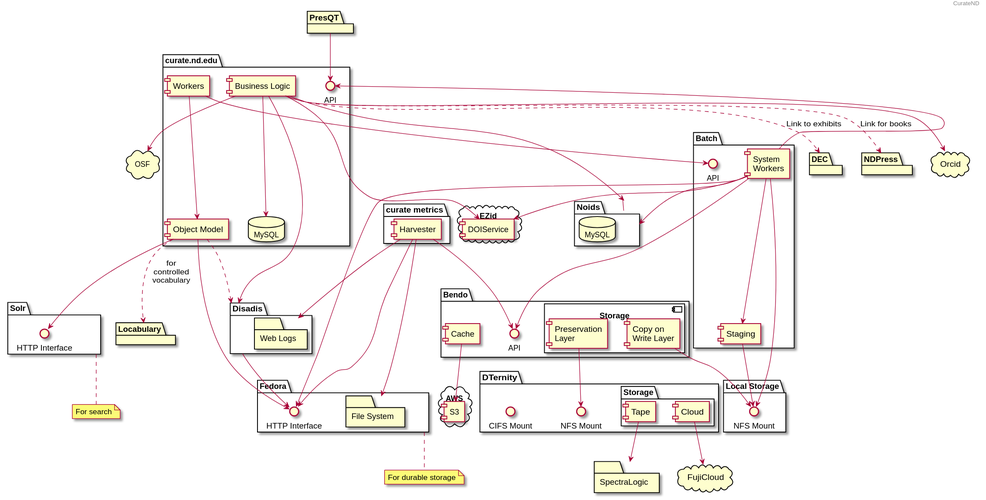
Before: plantuml/curate_nd.svg, a diagram exported from PlantUML (ndlib/dam-ecosystem-mapping).
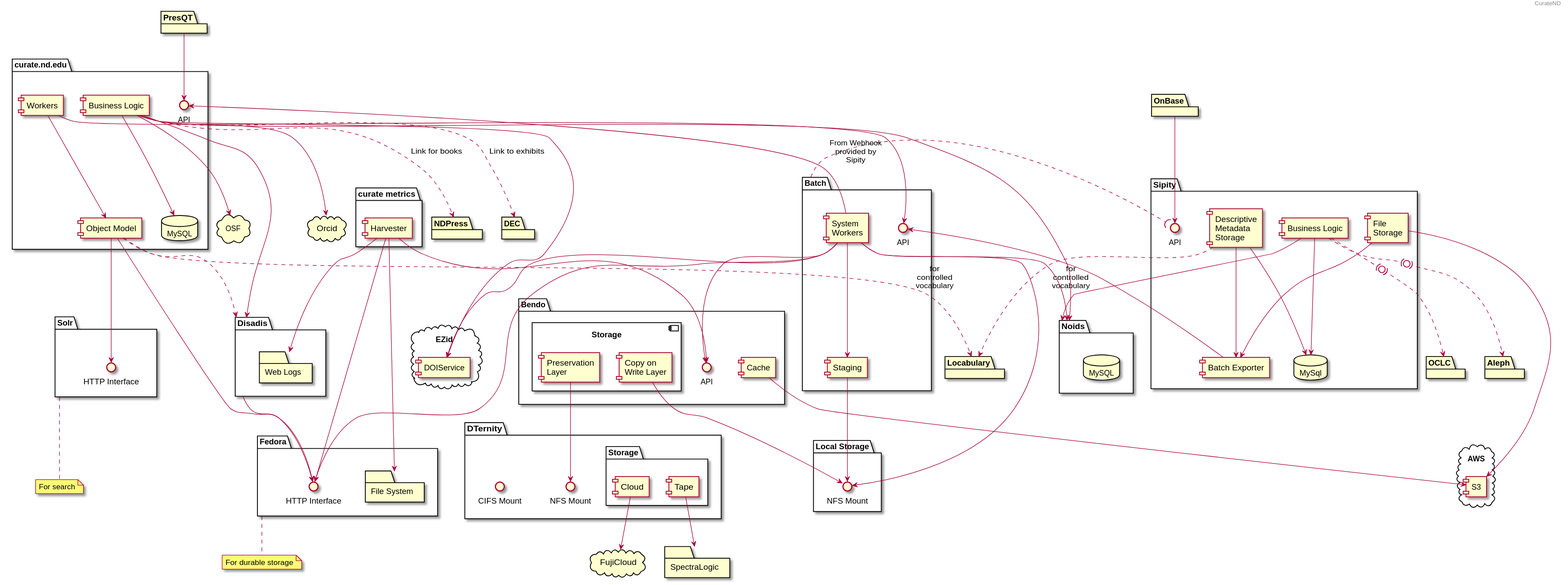
After the change.

Commit message:
Moving Sipity Diagram into CurateND diagram

What changed in the source:
```diff
@@ -13,6 +13,28 @@
 }
 package Disadis {
   folder "Web Logs" as WebLogs
+}
+
+package "Sipity" {
+  component "File\nStorage" as SipityFS
+  component "Descriptive\nMetadata\nStorage" as SipityDMS
+  component "Batch Exporter" as SipityBE
+  component "Business Logic" as SipityBL
+  interface "API" as SipityAPI
+  database "MySql"
+
+}
+
+package OCLC
+package Aleph
+
+package OnBase
+
+package Locabulary
+SipityDMS ..> Locabulary : "for\ncontrolled\nvocabulary"
+
+cloud "AWS" {
+  component S3
 }
 
 cloud OSF
@@ -120,4 +142,17 @@
 Disadis --> FedoraHTTP
 CurateBL --> Disadis
 
+
+SipityFS --> S3
+SipityDMS --> MySql
+SipityBE --> BatchAPI
+SipityFS --> SipityBE
+SipityDMS --> SipityBE
+Batch ..( SipityAPI : "From Webhook\nprovided by\nSipity"
+SipityBL --> MySql
+SipityBL --> Noids
+OnBase --> SipityAPI
+SipityBL .(0).> Aleph
+SipityBL .(0).> OCLC
+
 @enduml
```
